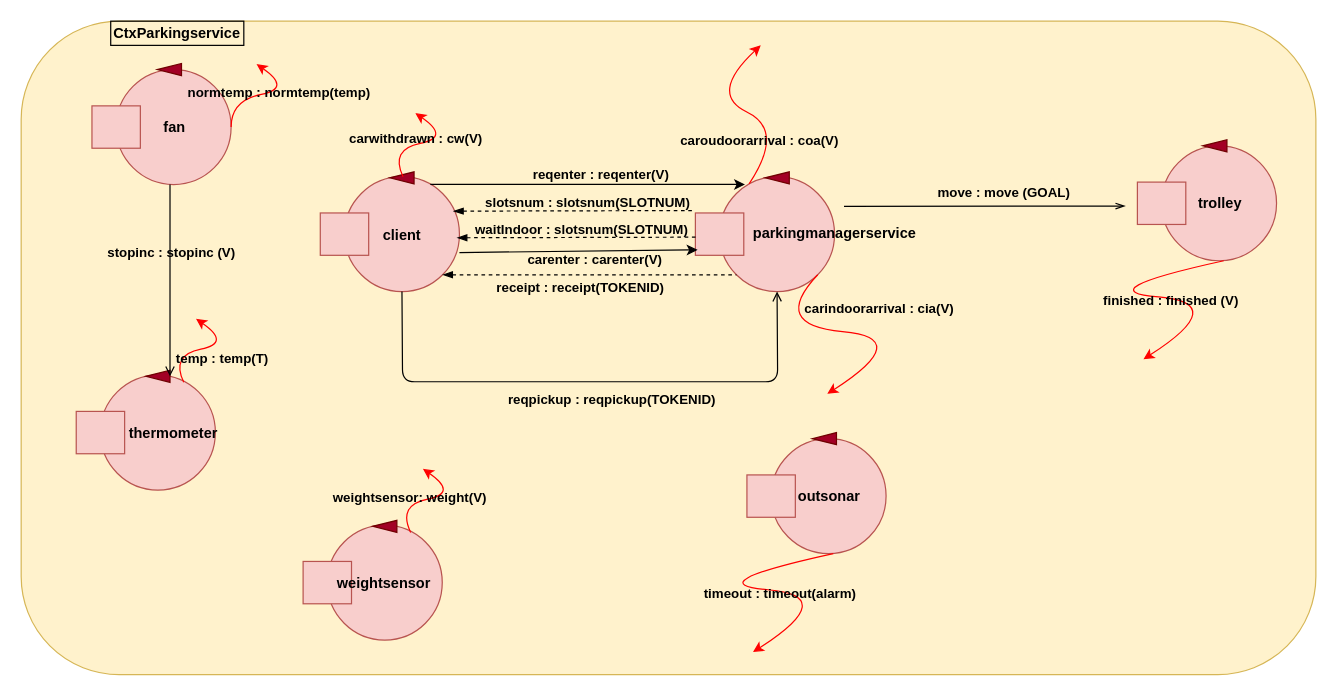
This is Automated_Car_Parking/sprint_3/it.unibo.ParkManagerService_s3/userDocs/Model3.drawio from LeoManto/Mantovani_Leonardo, a draw.io file, before an edit. Source tidied: cells renumbered, new cells numbered last; positions are measured from the earlier drawing's top-left corner, leaving out a move shared by most shapes. Both pictures are drawn from the tidied source at 121%, with x=0, y=0 at pixel (21, 21).
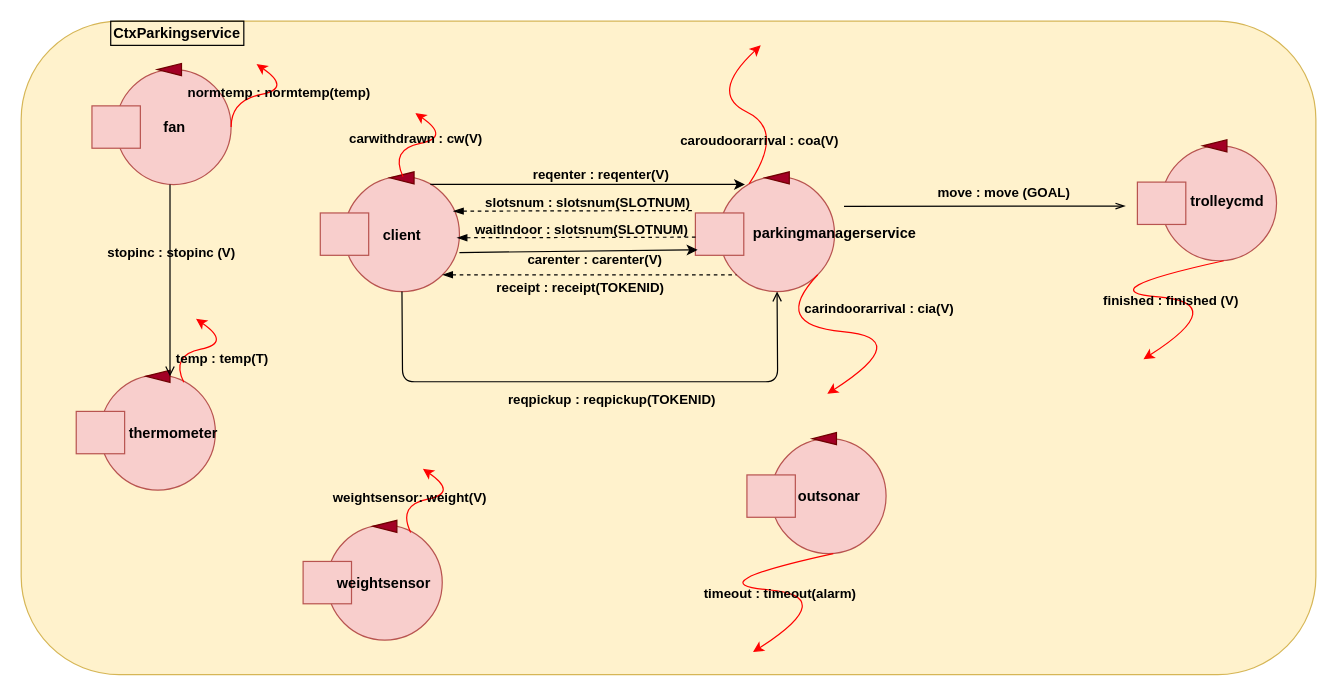
After the change.

What changed in the source:
```diff
@@
-    <mxCell id="60" value="&lt;b&gt;trolley&lt;/b&gt;" style="text;html=1;strokeColor=none;fillColor=none;align=center;verticalAlign=middle;whiteSpace=wrap;rounded=0;" parent="1" vertex="1">
-      <mxGeometry x="970.5" y="141" width="40" height="20" as="geometry" />
+    <mxCell id="60" value="&lt;b&gt;trolleycmd&lt;/b&gt;" style="text;html=1;strokeColor=none;fillColor=none;align=center;verticalAlign=middle;whiteSpace=wrap;rounded=0;" parent="1" vertex="1">
+      <mxGeometry x="976.5" y="138.5" width="40" height="20" as="geometry" />
     </mxCell>
```
